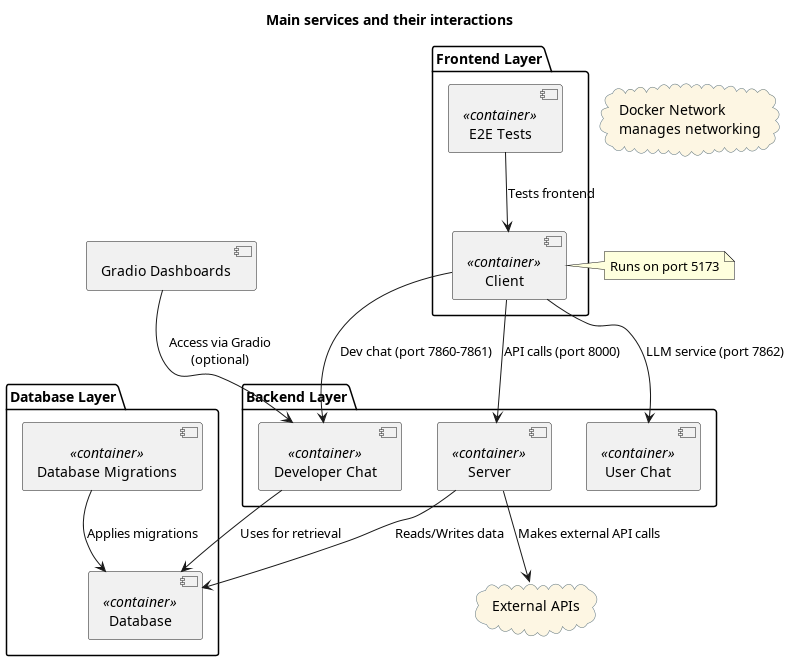
Earlier version of the PlantUML export Documents/diagrams/images/services_diagram.png (juho-a/Eprice).
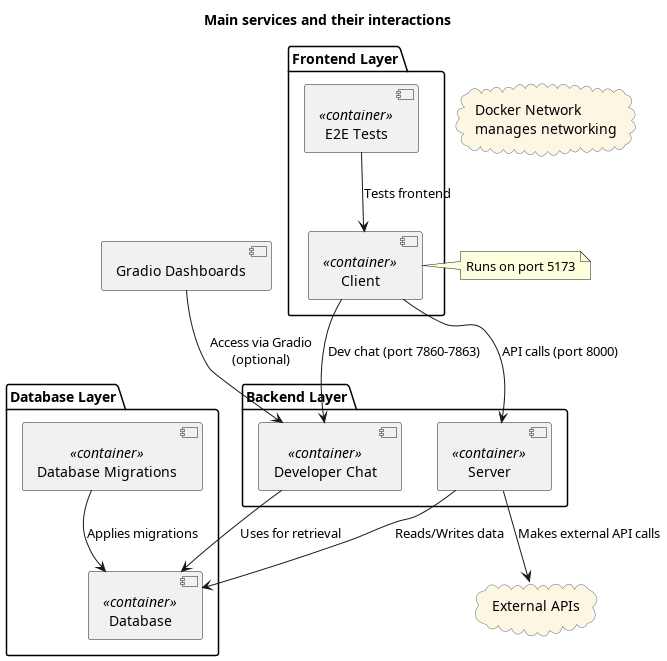
The same file after the commit.

The edit, as a diff of the source:
```diff
@@ -18,7 +18,6 @@
 
 package "Backend Layer" {
     [Server] <<container>>
-    [User Chat] <<container>>
     [Developer Chat] <<container>>
 }
 
@@ -32,8 +31,7 @@
 [Database Migrations] --> [Database] : Applies migrations
 [Server] --> [Database] : Reads/Writes data
 [Client] --> [Server] : API calls (port 8000)
-[Client] --> [User Chat] : LLM service (port 7862)
-[Client] --> [Developer Chat] : Dev chat (port 7860-7861)
+[Client] --> [Developer Chat] : Dev chat (port 7860-7863)
 [Gradio Dashboards] --> [Developer Chat] : Access via Gradio\n(optional)
 [E2E Tests] --> [Client] : Tests frontend
 [Server] --> ExternalAPIs : Makes external API calls
```
